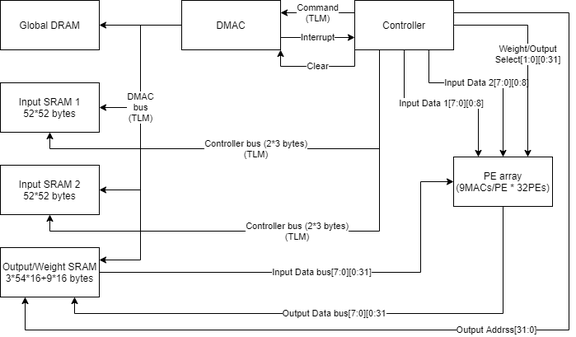
Earlier version of the draw.io export system.png (ParkerMactavish/AOC_Project1.A). Source tidied: cells renumbered, new cells last; positions are measured from the earlier drawing's top-left corner, leaving out a move shared by most shapes.
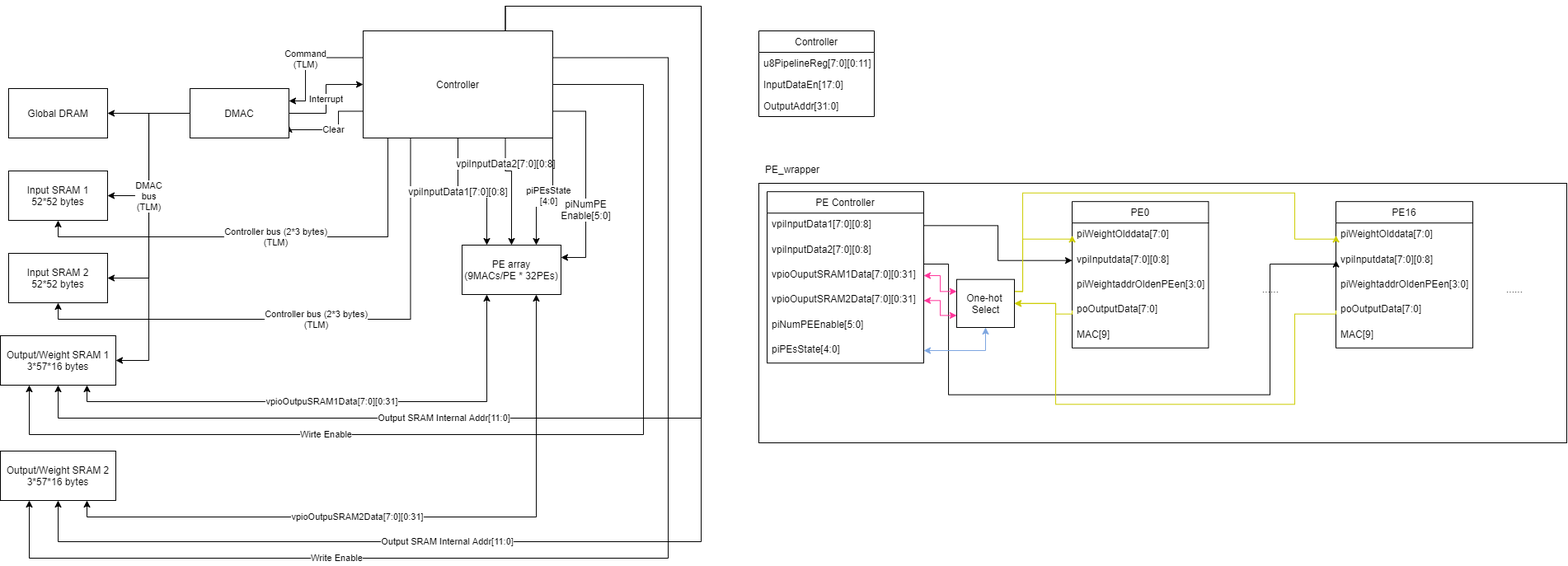
After the change.

Diff of the diagram source:
```diff
@@ -4,4 +4,9 @@
     <mxCell id="1" parent="0" />
-    <mxCell id="2" style="edgeStyle=orthogonalEdgeStyle;rounded=0;jettySize=auto;html=1;exitX=0;exitY=0.5;exitDx=0;exitDy=0;entryX=1;entryY=0.25;entryDx=0;entryDy=0;startArrow=none;startFill=0;" parent="1" edge="1" source="19" target="23">
-      <mxGeometry relative="1" as="geometry" />
+    <mxCell id="2" style="edgeStyle=orthogonalEdgeStyle;rounded=0;jettySize=auto;html=1;exitX=0;exitY=0.5;exitDx=0;exitDy=0;entryX=1;entryY=0.5;entryDx=0;entryDy=0;startArrow=none;startFill=0;" parent="1" edge="1" source="19" target="23">
+      <mxGeometry relative="1" as="geometry">
+        <Array as="points">
+          <mxPoint x="170" y="44" />
+          <mxPoint x="170" y="344" />
+        </Array>
+      </mxGeometry>
     </mxCell>
@@ -19,4 +24,4 @@
         <Array as="points">
-          <mxPoint x="390" y="29" />
-          <mxPoint x="390" y="29" />
+          <mxPoint x="360" y="-23" />
+          <mxPoint x="360" y="29" />
         </Array>
@@ -35,9 +40,9 @@
     </mxCell>
-    <mxCell id="9" value="Input Data 1[7:0][0:8]" style="edgeStyle=orthogonalEdgeStyle;rounded=0;jettySize=auto;html=1;exitX=0.5;exitY=1;exitDx=0;exitDy=0;entryX=0.25;entryY=0;entryDx=0;entryDy=0;startArrow=none;startFill=0;" parent="1" edge="1" source="14" target="21">
-      <mxGeometry relative="1" as="geometry" />
+    <mxCell id="9" value="&lt;span style=&quot;font-size: 12px ; text-align: left&quot;&gt;vpiInputData1[7:0][0:8]&lt;/span&gt;" style="edgeStyle=orthogonalEdgeStyle;rounded=0;jettySize=auto;html=1;exitX=0.5;exitY=1;exitDx=0;exitDy=0;entryX=0.25;entryY=0;entryDx=0;entryDy=0;startArrow=none;startFill=0;" parent="1" edge="1" source="14" target="21">
+      <mxGeometry x="-0.21" relative="1" as="geometry" />
     </mxCell>
-    <mxCell id="10" value="Input Data 2[7:0][0:8]" style="edgeStyle=orthogonalEdgeStyle;rounded=0;jettySize=auto;html=1;exitX=0.75;exitY=1;exitDx=0;exitDy=0;entryX=0.5;entryY=0;entryDx=0;entryDy=0;startArrow=none;startFill=0;" parent="1" edge="1" source="14" target="21">
-      <mxGeometry relative="1" as="geometry">
+    <mxCell id="10" value="&lt;span style=&quot;font-size: 12px ; text-align: left&quot;&gt;vpiInputData2[7:0][0:8]&lt;/span&gt;" style="edgeStyle=orthogonalEdgeStyle;rounded=0;jettySize=auto;html=1;exitX=0.75;exitY=1;exitDx=0;exitDy=0;entryX=0.5;entryY=0;entryDx=0;entryDy=0;startArrow=none;startFill=0;" parent="1" edge="1" source="14" target="21">
+      <mxGeometry x="-0.56" relative="1" as="geometry">
         <Array as="points">
-          <mxPoint x="520" y="114" />
+          <mxPoint x="603" y="114" />
           <mxPoint x="610" y="114" />
@@ -46,14 +51,26 @@
     </mxCell>
-    <mxCell id="11" value="Clear" style="edgeStyle=orthogonalEdgeStyle;rounded=0;jettySize=auto;html=1;exitX=0;exitY=1;exitDx=0;exitDy=0;entryX=1;entryY=1;entryDx=0;entryDy=0;startArrow=none;startFill=0;" parent="1" edge="1" source="14" target="19">
-      <mxGeometry relative="1" as="geometry" />
+    <mxCell id="11" value="Clear" style="edgeStyle=orthogonalEdgeStyle;rounded=0;jettySize=auto;html=1;exitX=0;exitY=0.75;exitDx=0;exitDy=0;entryX=1;entryY=0.75;entryDx=0;entryDy=0;startArrow=none;startFill=0;" parent="1" edge="1" source="14" target="19">
+      <mxGeometry relative="1" as="geometry">
+        <Array as="points">
+          <mxPoint x="400" y="41" />
+          <mxPoint x="400" y="64" />
+          <mxPoint x="340" y="64" />
+        </Array>
+      </mxGeometry>
     </mxCell>
-    <mxCell id="12" value="Weight/Output&lt;br&gt;Select[1:0][0:31]" style="edgeStyle=orthogonalEdgeStyle;rounded=0;jettySize=auto;html=1;exitX=1;exitY=0.5;exitDx=0;exitDy=0;entryX=0.75;entryY=0;entryDx=0;entryDy=0;startArrow=none;startFill=0;" parent="1" edge="1" source="14" target="21">
-      <mxGeometry relative="1" as="geometry" />
+    <mxCell id="12" value="piPEsState&lt;br&gt;[4:0]" style="edgeStyle=orthogonalEdgeStyle;rounded=0;jettySize=auto;html=1;entryX=0.75;entryY=0;entryDx=0;entryDy=0;startArrow=none;startFill=0;exitX=1;exitY=1;exitDx=0;exitDy=0;" parent="1" edge="1" source="14" target="21">
+      <mxGeometry relative="1" as="geometry">
+        <Array as="points">
+          <mxPoint x="660" y="144" />
+          <mxPoint x="640" y="144" />
+        </Array>
+      </mxGeometry>
     </mxCell>
-    <mxCell id="13" value="Output Addrss[31:0]" style="edgeStyle=orthogonalEdgeStyle;rounded=0;jettySize=auto;html=1;exitX=1;exitY=0.25;exitDx=0;exitDy=0;startArrow=none;startFill=0;entryX=0.25;entryY=1;entryDx=0;entryDy=0;" parent="1" edge="1" source="14" target="23">
-      <mxGeometry relative="1" as="geometry">
+    <mxCell id="13" value="Output SRAM Internal Addr[11:0]" style="edgeStyle=orthogonalEdgeStyle;rounded=0;jettySize=auto;html=1;exitX=0.75;exitY=0;exitDx=0;exitDy=0;startArrow=none;startFill=0;entryX=0.5;entryY=1;entryDx=0;entryDy=0;" parent="1" edge="1" source="14" target="23">
+      <mxGeometry x="0.36" relative="1" as="geometry">
         <Array as="points">
-          <mxPoint x="690" y="29" />
-          <mxPoint x="690" y="414" />
-          <mxPoint x="30" y="414" />
+          <mxPoint x="602" y="-86" />
+          <mxPoint x="840" y="-86" />
+          <mxPoint x="840" y="414" />
+          <mxPoint x="60" y="414" />
         </Array>
@@ -61,4 +78,40 @@
     </mxCell>
+    <mxCell id="25" value="Wirte Enable" style="edgeStyle=orthogonalEdgeStyle;rounded=0;jettySize=auto;html=1;exitX=1;exitY=0.5;exitDx=0;exitDy=0;entryX=0.25;entryY=1;entryDx=0;entryDy=0;" parent="1" edge="1" source="14" target="23">
+      <mxGeometry x="0.37" relative="1" as="geometry">
+        <Array as="points">
+          <mxPoint x="770" y="9" />
+          <mxPoint x="770" y="434" />
+          <mxPoint x="25" y="434" />
+        </Array>
+      </mxGeometry>
+    </mxCell>
+    <mxCell id="26" value="Write Enable" style="edgeStyle=orthogonalEdgeStyle;rounded=0;jettySize=auto;html=1;exitX=1;exitY=0.25;exitDx=0;exitDy=0;entryX=0.25;entryY=1;entryDx=0;entryDy=0;" parent="1" edge="1" source="14" target="30">
+      <mxGeometry x="0.44" relative="1" as="geometry">
+        <Array as="points">
+          <mxPoint x="800" y="-23" />
+          <mxPoint x="800" y="584" />
+          <mxPoint x="25" y="584" />
+        </Array>
+      </mxGeometry>
+    </mxCell>
+    <mxCell id="27" value="Output SRAM Internal Addr[11:0]" style="edgeStyle=orthogonalEdgeStyle;rounded=0;jettySize=auto;html=1;exitX=0.75;exitY=0;exitDx=0;exitDy=0;entryX=0.5;entryY=1;entryDx=0;entryDy=0;" parent="1" edge="1" source="14" target="30">
+      <mxGeometry x="0.4" relative="1" as="geometry">
+        <Array as="points">
+          <mxPoint x="602" y="-86" />
+          <mxPoint x="840" y="-86" />
+          <mxPoint x="840" y="564" />
+          <mxPoint x="60" y="564" />
+        </Array>
+      </mxGeometry>
+    </mxCell>
+    <mxCell id="28" value="&lt;span style=&quot;font-size: 12px ; text-align: left&quot;&gt;piNumPE&lt;br&gt;Enable[5:0]&lt;/span&gt;" style="edgeStyle=orthogonalEdgeStyle;rounded=0;jettySize=auto;html=1;exitX=1;exitY=0.75;exitDx=0;exitDy=0;entryX=1;entryY=0.25;entryDx=0;entryDy=0;startArrow=none;startFill=0;strokeColor=#000000;" parent="1" edge="1" source="14" target="21">
+      <mxGeometry x="0.29" relative="1" as="geometry">
+        <Array as="points">
+          <mxPoint x="700" y="41" />
+          <mxPoint x="700" y="219" />
+        </Array>
+      </mxGeometry>
+    </mxCell>
     <mxCell id="14" value="Controller" style="rounded=0;whiteSpace=wrap;html=1;" parent="1" vertex="1">
-      <mxGeometry x="430" y="14" width="120" height="60" as="geometry" />
+      <mxGeometry x="430" y="-56" width="230" height="130" as="geometry" />
     </mxCell>
@@ -76,3 +129,3 @@
     </mxCell>
-    <mxCell id="18" value="Interrupt" style="edgeStyle=orthogonalEdgeStyle;rounded=0;jettySize=auto;html=1;exitX=1;exitY=0.75;exitDx=0;exitDy=0;entryX=0;entryY=0.75;entryDx=0;entryDy=0;startArrow=none;startFill=0;" parent="1" edge="1" source="19" target="14">
+    <mxCell id="18" value="Interrupt" style="edgeStyle=orthogonalEdgeStyle;rounded=0;jettySize=auto;html=1;exitX=1;exitY=0.5;exitDx=0;exitDy=0;entryX=0;entryY=0.5;entryDx=0;entryDy=0;startArrow=none;startFill=0;" parent="1" edge="1" source="19" target="14">
       <mxGeometry relative="1" as="geometry" />
@@ -82,5 +135,8 @@
     </mxCell>
-    <mxCell id="20" value="Output Data bus[7:0][0:31" style="edgeStyle=orthogonalEdgeStyle;rounded=0;jettySize=auto;html=1;exitX=0.5;exitY=1;exitDx=0;exitDy=0;entryX=0.75;entryY=1;entryDx=0;entryDy=0;startArrow=none;startFill=0;" parent="1" edge="1" source="21" target="23">
+    <mxCell id="20" value="vpioOutpuSRAM1Data[7:0][0:31]" style="edgeStyle=orthogonalEdgeStyle;rounded=0;jettySize=auto;html=1;exitX=0.25;exitY=1;exitDx=0;exitDy=0;entryX=0.75;entryY=1;entryDx=0;entryDy=0;startArrow=classic;startFill=1;" parent="1" edge="1" source="21" target="23">
       <mxGeometry relative="1" as="geometry" />
     </mxCell>
+    <mxCell id="29" value="vpioOutpuSRAM2Data[7:0][0:31]" style="edgeStyle=orthogonalEdgeStyle;rounded=0;jettySize=auto;html=1;exitX=0.75;exitY=1;exitDx=0;exitDy=0;entryX=0.75;entryY=1;entryDx=0;entryDy=0;startArrow=classic;startFill=1;" parent="1" edge="1" source="21" target="30">
+      <mxGeometry x="0.17" relative="1" as="geometry" />
+    </mxCell>
     <mxCell id="21" value="PE array&lt;br&gt;(9MACs/PE * 32PEs)" style="rounded=0;whiteSpace=wrap;html=1;" parent="1" vertex="1">
@@ -88,16 +144,153 @@
     </mxCell>
-    <mxCell id="22" value="Input Data bus[7:0][0:31]" style="edgeStyle=orthogonalEdgeStyle;rounded=0;jettySize=auto;html=1;exitX=1;exitY=0.5;exitDx=0;exitDy=0;entryX=0;entryY=0.5;entryDx=0;entryDy=0;startArrow=none;startFill=0;" parent="1" edge="1" source="23" target="21">
-      <mxGeometry relative="1" as="geometry">
-        <Array as="points">
-          <mxPoint x="510" y="344" />
-          <mxPoint x="510" y="234" />
-        </Array>
-      </mxGeometry>
-    </mxCell>
-    <mxCell id="23" value="Output/Weight SRAM&lt;br&gt;3*54*16+9*16 bytes" style="rounded=0;whiteSpace=wrap;html=1;" parent="1" vertex="1">
-      <mxGeometry y="314" width="120" height="60" as="geometry" />
+    <mxCell id="23" value="Output/Weight SRAM 1&lt;br&gt;3*57*16 bytes" style="rounded=0;whiteSpace=wrap;html=1;" parent="1" vertex="1">
+      <mxGeometry x="-10" y="314" width="140" height="60" as="geometry" />
     </mxCell>
-    <mxCell id="24" value="Text" style="text;html=1;align=center;verticalAlign=middle;" parent="1" vertex="1">
-      <mxGeometry x="579" width="40" height="20" as="geometry" />
-    </mxCell>
+    <mxCell id="30" value="Output/Weight SRAM 2&lt;br&gt;3*57*16 bytes" style="rounded=0;whiteSpace=wrap;html=1;" parent="1" vertex="1">
+      <mxGeometry x="-10" y="454" width="140" height="60" as="geometry" />
+    </mxCell>
+    <mxCell id="31" style="group;" parent="1" vertex="1">
+      <mxGeometry x="910" y="94" width="980" height="350" as="geometry" />
+    </mxCell>
+    <mxCell id="32" style="rounded=0;whiteSpace=wrap;html=1;" parent="31" vertex="1">
+      <mxGeometry y="35" width="980" height="315" as="geometry" />
+    </mxCell>
+    <mxCell id="33" value="PE_wrapper" style="text;html=1;strokeColor=none;fillColor=none;align=center;verticalAlign=middle;whiteSpace=wrap;rounded=0;" parent="31" vertex="1">
+      <mxGeometry width="81.8" height="35" as="geometry" />
+    </mxCell>
+    <mxCell id="34" style="edgeStyle=orthogonalEdgeStyle;rounded=0;jettySize=auto;html=1;exitX=1;exitY=0.5;exitDx=0;exitDy=0;entryX=0;entryY=0.5;entryDx=0;entryDy=0;startArrow=none;startFill=0;" parent="31" edge="1" source="59" target="46">
+      <mxGeometry relative="1" as="geometry" />
+    </mxCell>
+    <mxCell id="35" style="edgeStyle=orthogonalEdgeStyle;rounded=0;jettySize=auto;html=1;exitX=1;exitY=0.5;exitDx=0;exitDy=0;entryX=0;entryY=0.5;entryDx=0;entryDy=0;startArrow=none;startFill=0;" parent="31" edge="1" source="60" target="38">
+      <mxGeometry relative="1" as="geometry">
+        <Array as="points">
+          <mxPoint x="230" y="133" />
+          <mxPoint x="230" y="291.7" />
+          <mxPoint x="620" y="291.7" />
+          <mxPoint x="620" y="133" />
+        </Array>
+      </mxGeometry>
+    </mxCell>
+    <mxCell id="36" value="PE16" style="swimlane;fontStyle=0;horizontal=1;startSize=26;fillColor=none;" parent="31" vertex="1">
+      <mxGeometry x="700" y="57.2" width="166.1" height="177.7" as="geometry" />
+    </mxCell>
+    <mxCell id="37" value="piWeightOlddata[7:0]" style="text;strokeColor=none;fillColor=none;align=left;verticalAlign=top;spacingLeft=4;spacingRight=4;overflow=hidden;points=[[0,0.5],[1,0.5]];portConstraint=eastwest;" parent="36" vertex="1">
+      <mxGeometry y="26" width="166.1" height="30.3" as="geometry" />
+    </mxCell>
+    <mxCell id="38" value="vpiInputdata[7:0][0:8]" style="text;strokeColor=none;fillColor=none;align=left;verticalAlign=top;spacingLeft=4;spacingRight=4;overflow=hidden;points=[[0,0.5],[1,0.5]];portConstraint=eastwest;" parent="36" vertex="1">
+      <mxGeometry y="56.3" width="166.1" height="30.3" as="geometry" />
+    </mxCell>
+    <mxCell id="39" value="piWeightaddrOldenPEen[3:0]" style="text;strokeColor=none;fillColor=none;align=left;verticalAlign=top;spacingLeft=4;spacingRight=4;overflow=hidden;" parent="36" vertex="1">
+      <mxGeometry y="86.7" width="166.1" height="30.3" as="geometry" />
+    </mxCell>
+    <mxCell id="40" value="poOutputData[7:0]" style="text;strokeColor=none;fillColor=none;align=left;verticalAlign=top;spacingLeft=4;spacingRight=4;overflow=hidden;points=[[0,0.5],[1,0.5]];portConstraint=eastwest;" parent="36" vertex="1">
+      <mxGeometry y="117" width="166.1" height="30.3" as="geometry" />
+    </mxCell>
+    <mxCell id="41" value="MAC[9]" style="text;strokeColor=none;fillColor=none;align=left;verticalAlign=top;spacingLeft=4;spacingRight=4;overflow=hidden;" parent="36" vertex="1">
+      <mxGeometry y="147.3" width="166.1" height="30.3" as="geometry" />
+    </mxCell>
+    <mxCell id="42" value="......" style="text;html=1;strokeColor=none;fillColor=none;align=center;verticalAlign=middle;whiteSpace=wrap;rounded=0;" parent="31" vertex="1">
+      <mxGeometry x="876.5" y="145.8" width="81.8" height="35" as="geometry" />
+    </mxCell>
+    <mxCell id="43" value="......" style="text;html=1;strokeColor=none;fillColor=none;align=center;verticalAlign=middle;whiteSpace=wrap;rounded=0;" parent="31" vertex="1">
+      <mxGeometry x="580" y="145.8" width="81.8" height="35" as="geometry" />
+    </mxCell>
+    <mxCell id="44" value="PE0" style="swimlane;fontStyle=0;horizontal=1;startSize=26;fillColor=none;" parent="31" vertex="1">
+      <mxGeometry x="380" y="57.2" width="165.4" height="177.7" as="geometry" />
+    </mxCell>
+    <mxCell id="45" value="piWeightOlddata[7:0]" style="text;strokeColor=none;fillColor=none;align=left;verticalAlign=top;spacingLeft=4;spacingRight=4;overflow=hidden;points=[[0,0.5],[1,0.5]];portConstraint=eastwest;" parent="44" vertex="1">
+      <mxGeometry y="26" width="165.4" height="30.3" as="geometry" />
+    </mxCell>
+    <mxCell id="46" value="vpiInputdata[7:0][0:8]" style="text;strokeColor=none;fillColor=none;align=left;verticalAlign=top;spacingLeft=4;spacingRight=4;overflow=hidden;points=[[0,0.5],[1,0.5]];portConstraint=eastwest;" parent="44" vertex="1">
+      <mxGeometry y="56.3" width="165.4" height="30.3" as="geometry" />
+    </mxCell>
+    <mxCell id="47" value="piWeightaddrOldenPEen[3:0]" style="text;strokeColor=none;fillColor=none;align=left;verticalAlign=top;spacingLeft=4;spacingRight=4;overflow=hidden;" parent="44" vertex="1">
+      <mxGeometry y="86.7" width="165.4" height="30.3" as="geometry" />
+    </mxCell>
+    <mxCell id="48" value="poOutputData[7:0]" style="text;strokeColor=none;fillColor=none;align=left;verticalAlign=top;spacingLeft=4;spacingRight=4;overflow=hidden;points=[[0,0.5],[1,0.5]];portConstraint=eastwest;" parent="44" vertex="1">
+      <mxGeometry y="117" width="165.4" height="30.3" as="geometry" />
+    </mxCell>
+    <mxCell id="49" value="MAC[9]" style="text;strokeColor=none;fillColor=none;align=left;verticalAlign=top;spacingLeft=4;spacingRight=4;overflow=hidden;" parent="44" vertex="1">
+      <mxGeometry y="147.3" width="165.4" height="30.3" as="geometry" />
+    </mxCell>
+    <mxCell id="50" style="edgeStyle=orthogonalEdgeStyle;rounded=0;jettySize=auto;html=1;exitX=1;exitY=0.25;exitDx=0;exitDy=0;entryX=0;entryY=0.5;entryDx=0;entryDy=0;startArrow=none;startFill=0;strokeColor=#CCCC00;" parent="31" edge="1" source="54" target="45">
+      <mxGeometry relative="1" as="geometry">
+        <Array as="points">
+          <mxPoint x="320" y="165.7" />
+          <mxPoint x="320" y="102.7" />
+        </Array>
+      </mxGeometry>
+    </mxCell>
+    <mxCell id="51" style="edgeStyle=orthogonalEdgeStyle;rounded=0;jettySize=auto;html=1;exitX=1;exitY=0.25;exitDx=0;exitDy=0;entryX=0;entryY=0.5;entryDx=0;entryDy=0;startArrow=none;startFill=0;strokeColor=#CCCC00;" parent="31" edge="1" source="54" target="37">
+      <mxGeometry relative="1" as="geometry">
+        <Array as="points">
+          <mxPoint x="320" y="166.8" />
+          <mxPoint x="320" y="46.7" />
+          <mxPoint x="650" y="46.7" />
+          <mxPoint x="650" y="102.7" />
+        </Array>
+      </mxGeometry>
+    </mxCell>
+    <mxCell id="52" style="edgeStyle=orthogonalEdgeStyle;rounded=0;jettySize=auto;html=1;exitX=0;exitY=0.5;exitDx=0;exitDy=0;startArrow=none;startFill=0;strokeColor=#CCCC00;entryX=1;entryY=0.5;entryDx=0;entryDy=0;" parent="31" edge="1" source="40" target="54">
+      <mxGeometry relative="1" as="geometry">
+        <Array as="points">
+          <mxPoint x="650" y="193.7" />
+          <mxPoint x="650" y="303.3" />
+          <mxPoint x="360" y="303.3" />
+          <mxPoint x="360" y="180.8" />
+        </Array>
+      </mxGeometry>
+    </mxCell>
+    <mxCell id="53" style="edgeStyle=orthogonalEdgeStyle;rounded=0;jettySize=auto;html=1;exitX=0;exitY=0.5;exitDx=0;exitDy=0;entryX=1;entryY=0.5;entryDx=0;entryDy=0;startArrow=none;startFill=0;strokeColor=#CCCC00;" parent="31" edge="1" source="48" target="54">
+      <mxGeometry relative="1" as="geometry">
+        <Array as="points">
+          <mxPoint x="360" y="193.7" />
+          <mxPoint x="360" y="180.8" />
+        </Array>
+      </mxGeometry>
+    </mxCell>
+    <mxCell id="54" value="One-hot &lt;br&gt;Select" style="html=1;" parent="31" vertex="1">
+      <mxGeometry x="240" y="151.7" width="70" height="58.3" as="geometry" />
+    </mxCell>
+    <mxCell id="55" style="edgeStyle=orthogonalEdgeStyle;rounded=0;jettySize=auto;html=1;exitX=1;exitY=0.5;exitDx=0;exitDy=0;entryX=0;entryY=0.25;entryDx=0;entryDy=0;startArrow=classic;startFill=1;strokeColor=#FF3399;" parent="31" edge="1" source="61" target="54">
+      <mxGeometry relative="1" as="geometry" />
+    </mxCell>
+    <mxCell id="56" style="edgeStyle=orthogonalEdgeStyle;rounded=0;jettySize=auto;html=1;exitX=1;exitY=0.5;exitDx=0;exitDy=0;entryX=0;entryY=0.75;entryDx=0;entryDy=0;startArrow=classic;startFill=1;strokeColor=#FF3399;" parent="31" edge="1" source="62" target="54">
+      <mxGeometry relative="1" as="geometry" />
+    </mxCell>
+    <mxCell id="57" style="edgeStyle=orthogonalEdgeStyle;rounded=0;jettySize=auto;html=1;exitX=1;exitY=0.5;exitDx=0;exitDy=0;entryX=0.5;entryY=1;entryDx=0;entryDy=0;startArrow=classic;startFill=1;strokeColor=#7EA6E0;" parent="31" edge="1" source="64" target="54">
+      <mxGeometry relative="1" as="geometry" />
+    </mxCell>
+    <mxCell id="58" value="PE Controller" style="swimlane;fontStyle=0;horizontal=1;startSize=26;fillColor=none;" parent="31" vertex="1">
+      <mxGeometry x="10" y="45.2" width="190" height="208" as="geometry" />
+    </mxCell>
+    <mxCell id="59" value="vpiInputData1[7:0][0:8]" style="text;strokeColor=none;fillColor=none;align=left;verticalAlign=top;spacingLeft=4;spacingRight=4;overflow=hidden;points=[[0,0.5],[1,0.5]];portConstraint=eastwest;" parent="58" vertex="1">
+      <mxGeometry y="26" width="190" height="30.3" as="geometry" />
+    </mxCell>
+    <mxCell id="60" value="vpiInputData2[7:0][0:8]" style="text;strokeColor=none;fillColor=none;align=left;verticalAlign=top;spacingLeft=4;spacingRight=4;overflow=hidden;points=[[0,0.5],[1,0.5]];portConstraint=eastwest;" parent="58" vertex="1">
+      <mxGeometry y="56.3" width="190" height="30.3" as="geometry" />
+    </mxCell>
+    <mxCell id="61" value="vpioOuputSRAM1Data[7:0][0:31]" style="text;strokeColor=none;fillColor=none;align=left;verticalAlign=top;spacingLeft=4;spacingRight=4;overflow=hidden;points=[[0,0.5],[1,0.5]];portConstraint=eastwest;" parent="58" vertex="1">
+      <mxGeometry y="86.7" width="190" height="30.3" as="geometry" />
+    </mxCell>
+    <mxCell id="62" value="vpioOuputSRAM2Data[7:0][0:31]" style="text;strokeColor=none;fillColor=none;align=left;verticalAlign=top;spacingLeft=4;spacingRight=4;overflow=hidden;points=[[0,0.5],[1,0.5]];portConstraint=eastwest;" parent="58" vertex="1">
+      <mxGeometry y="117" width="190" height="30.3" as="geometry" />
+    </mxCell>
+    <mxCell id="63" value="piNumPEEnable[5:0]" style="text;strokeColor=none;fillColor=none;align=left;verticalAlign=top;spacingLeft=4;spacingRight=4;overflow=hidden;" parent="58" vertex="1">
+      <mxGeometry y="147.3" width="190" height="30.3" as="geometry" />
+    </mxCell>
+    <mxCell id="64" value="piPEsState[4:0]" style="text;strokeColor=none;fillColor=none;align=left;verticalAlign=top;spacingLeft=4;spacingRight=4;overflow=hidden;points=[[0,0.5],[1,0.5]];portConstraint=eastwest;" parent="58" vertex="1">
+      <mxGeometry y="177.7" width="190" height="30.3" as="geometry" />
+    </mxCell>
+    <mxCell id="65" value="Controller" style="swimlane;fontStyle=0;horizontal=1;startSize=26;fillColor=none;" parent="1" vertex="1">
+      <mxGeometry x="910" y="-56" width="140" height="104" as="geometry" />
+    </mxCell>
+    <mxCell id="66" value="u8PipelineReg[7:0][0:11]" style="text;strokeColor=none;fillColor=none;align=left;verticalAlign=top;spacingLeft=4;spacingRight=4;overflow=hidden;" parent="65" vertex="1">
+      <mxGeometry y="26" width="140" height="26" as="geometry" />
+    </mxCell>
+    <mxCell id="67" value="InputDataEn[17:0]" style="text;strokeColor=none;fillColor=none;align=left;verticalAlign=top;spacingLeft=4;spacingRight=4;overflow=hidden;" parent="65" vertex="1">
+      <mxGeometry y="52" width="140" height="26" as="geometry" />
+    </mxCell>
+    <mxCell id="68" value="OutputAddr[31:0]" style="text;strokeColor=none;fillColor=none;align=left;verticalAlign=top;spacingLeft=4;spacingRight=4;overflow=hidden;" parent="65" vertex="1">
+      <mxGeometry y="78" width="140" height="26" as="geometry" />
+    </mxCell>
   </root>
```
